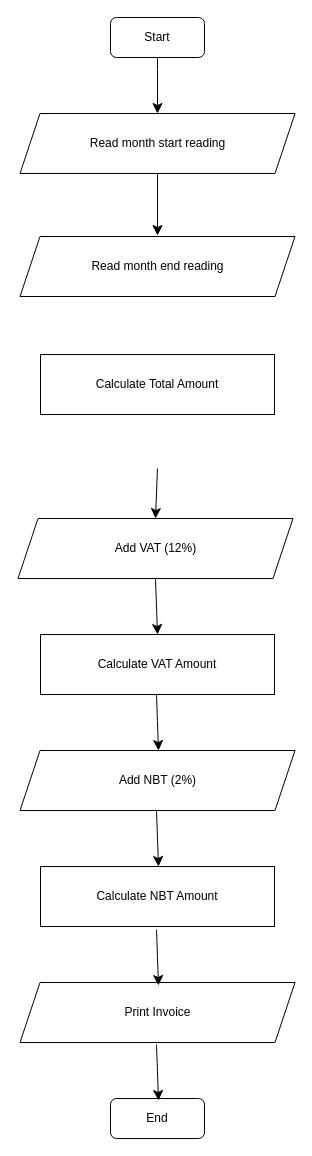
Above: Untitled Diagram.drawio in chamuddinupa/chamuddinupa (draw.io), before the change. Source tidied: cells renumbered, new cells numbered last; positions are measured from the earlier drawing's top-left corner, leaving out a move shared by most shapes. Both pictures are drawn from the tidied source at 100%, with x=0, y=0 at pixel (18, 17).
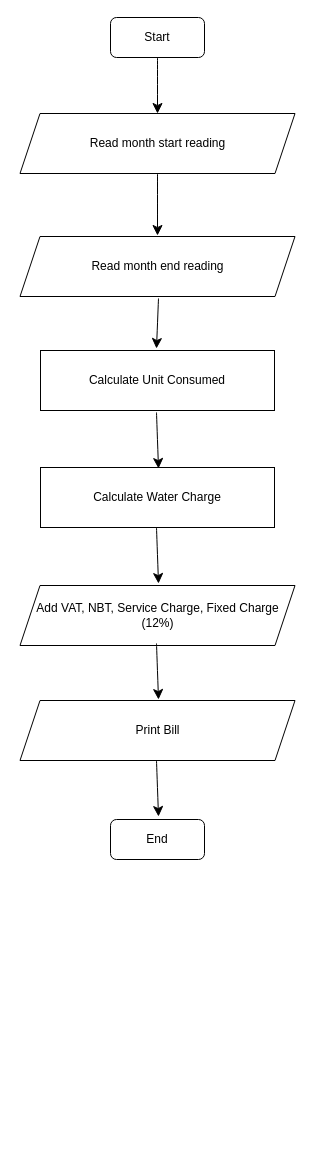
The same diagram, later.

What changed in the source:
```diff
@@
     <mxCell id="4" value="End" style="rounded=1;whiteSpace=wrap;html=1;" parent="1" vertex="1">
-      <mxGeometry x="92" y="1081" width="94" height="40" as="geometry" />
+      <mxGeometry x="92" y="802" width="94" height="40" as="geometry" />
     </mxCell>
@@
     <mxCell id="7" style="endArrow=classic;html=1;rounded=0;fontSize=12;startSize=8;endSize=8;curved=1;exitX=0.5;exitY=1;exitDx=0;exitDy=0;entryX=0.5;entryY=0;entryDx=0;entryDy=0;" parent="1" edge="1">
       <mxGeometry relative="1" as="geometry">
-        <mxPoint x="139" y="451" as="sourcePoint" />
-        <mxPoint x="137" y="501" as="targetPoint" />
+        <mxPoint x="140" y="281" as="sourcePoint" />
+        <mxPoint x="138" y="331" as="targetPoint" />
       </mxGeometry>
     </mxCell>
     <mxCell id="8" style="endArrow=classic;html=1;rounded=0;fontSize=12;startSize=8;endSize=8;curved=1;exitX=0.5;exitY=1;exitDx=0;exitDy=0;entryX=0.5;entryY=0;entryDx=0;entryDy=0;" parent="1" edge="1">
       <mxGeometry relative="1" as="geometry">
-        <mxPoint x="137" y="561" as="sourcePoint" />
-        <mxPoint x="139" y="617" as="targetPoint" />
+        <mxPoint x="138" y="395" as="sourcePoint" />
+        <mxPoint x="140" y="451" as="targetPoint" />
       </mxGeometry>
     </mxCell>
-    <mxCell id="9" value="Calculate Total Amount" style="rounded=0;whiteSpace=wrap;html=1;" parent="1" vertex="1">
-      <mxGeometry x="22" y="337" width="234" height="60" as="geometry" />
+    <mxCell id="9" value="Calculate Unit Consumed" style="rounded=0;whiteSpace=wrap;html=1;" parent="1" vertex="1">
+      <mxGeometry x="22" y="333" width="234" height="60" as="geometry" />
     </mxCell>
-    <mxCell id="10" value="Add VAT (12%)" style="shape=parallelogram;perimeter=parallelogramPerimeter;whiteSpace=wrap;html=1;fixedSize=1;" parent="1" vertex="1">
-      <mxGeometry x="-0.5" y="501" width="275" height="60" as="geometry" />
+    <mxCell id="10" value="Add VAT, NBT, Service Charge, Fixed Charge (12%)" style="shape=parallelogram;perimeter=parallelogramPerimeter;whiteSpace=wrap;html=1;fixedSize=1;" parent="1" vertex="1">
+      <mxGeometry x="1.5" y="568" width="275" height="60" as="geometry" />
     </mxCell>
-    <mxCell id="11" value="Calculate VAT Amount" style="rounded=0;whiteSpace=wrap;html=1;" parent="1" vertex="1">
-      <mxGeometry x="22" y="617" width="234" height="60" as="geometry" />
+    <mxCell id="11" value="Calculate Water Charge" style="rounded=0;whiteSpace=wrap;html=1;" parent="1" vertex="1">
+      <mxGeometry x="22" y="450" width="234" height="60" as="geometry" />
     </mxCell>
-    <mxCell id="12" value="Add NBT (2%)" style="shape=parallelogram;perimeter=parallelogramPerimeter;whiteSpace=wrap;html=1;fixedSize=1;" parent="1" vertex="1">
-      <mxGeometry x="1.5" y="733" width="275" height="60" as="geometry" />
-    </mxCell>
-    <mxCell id="13" value="Calculate NBT Amount" style="rounded=0;whiteSpace=wrap;html=1;" parent="1" vertex="1">
-      <mxGeometry x="22" y="849" width="234" height="60" as="geometry" />
-    </mxCell>
-    <mxCell id="14" value="Print Invoice" style="shape=parallelogram;perimeter=parallelogramPerimeter;whiteSpace=wrap;html=1;fixedSize=1;" parent="1" vertex="1">
-      <mxGeometry x="1.5" y="965" width="275" height="60" as="geometry" />
+    <mxCell id="14" value="Print Bill" style="shape=parallelogram;perimeter=parallelogramPerimeter;whiteSpace=wrap;html=1;fixedSize=1;" parent="1" vertex="1">
+      <mxGeometry x="1.5" y="683" width="275" height="60" as="geometry" />
     </mxCell>
     <mxCell id="15" style="endArrow=classic;html=1;rounded=0;fontSize=12;startSize=8;endSize=8;curved=1;exitX=0.5;exitY=1;exitDx=0;exitDy=0;entryX=0.5;entryY=0;entryDx=0;entryDy=0;" parent="1" edge="1">
       <mxGeometry relative="1" as="geometry">
-        <mxPoint x="138" y="677" as="sourcePoint" />
-        <mxPoint x="140" y="733" as="targetPoint" />
+        <mxPoint x="138" y="510" as="sourcePoint" />
+        <mxPoint x="140" y="566" as="targetPoint" />
       </mxGeometry>
     </mxCell>
-    <mxCell id="16" style="endArrow=classic;html=1;rounded=0;fontSize=12;startSize=8;endSize=8;curved=1;exitX=0.5;exitY=1;exitDx=0;exitDy=0;entryX=0.5;entryY=0;entryDx=0;entryDy=0;" parent="1" edge="1">
-      <mxGeometry relative="1" as="geometry">
-        <mxPoint x="138" y="793" as="sourcePoint" />
-        <mxPoint x="140" y="849" as="targetPoint" />
-      </mxGeometry>
-    </mxCell>
     <mxCell id="17" style="endArrow=classic;html=1;rounded=0;fontSize=12;startSize=8;endSize=8;curved=1;exitX=0.5;exitY=1;exitDx=0;exitDy=0;entryX=0.5;entryY=0;entryDx=0;entryDy=0;" parent="1" edge="1">
       <mxGeometry relative="1" as="geometry">
-        <mxPoint x="138" y="912" as="sourcePoint" />
-        <mxPoint x="140" y="968" as="targetPoint" />
+        <mxPoint x="138" y="626" as="sourcePoint" />
+        <mxPoint x="140" y="682" as="targetPoint" />
       </mxGeometry>
     </mxCell>
     <mxCell id="18" style="endArrow=classic;html=1;rounded=0;fontSize=12;startSize=8;endSize=8;curved=1;exitX=0.5;exitY=1;exitDx=0;exitDy=0;entryX=0.5;entryY=0;entryDx=0;entryDy=0;" parent="1" edge="1">
       <mxGeometry relative="1" as="geometry">
-        <mxPoint x="138" y="1027" as="sourcePoint" />
-        <mxPoint x="140" y="1083" as="targetPoint" />
+        <mxPoint x="138" y="743" as="sourcePoint" />
+        <mxPoint x="140" y="799" as="targetPoint" />
       </mxGeometry>
     </mxCell>
```
